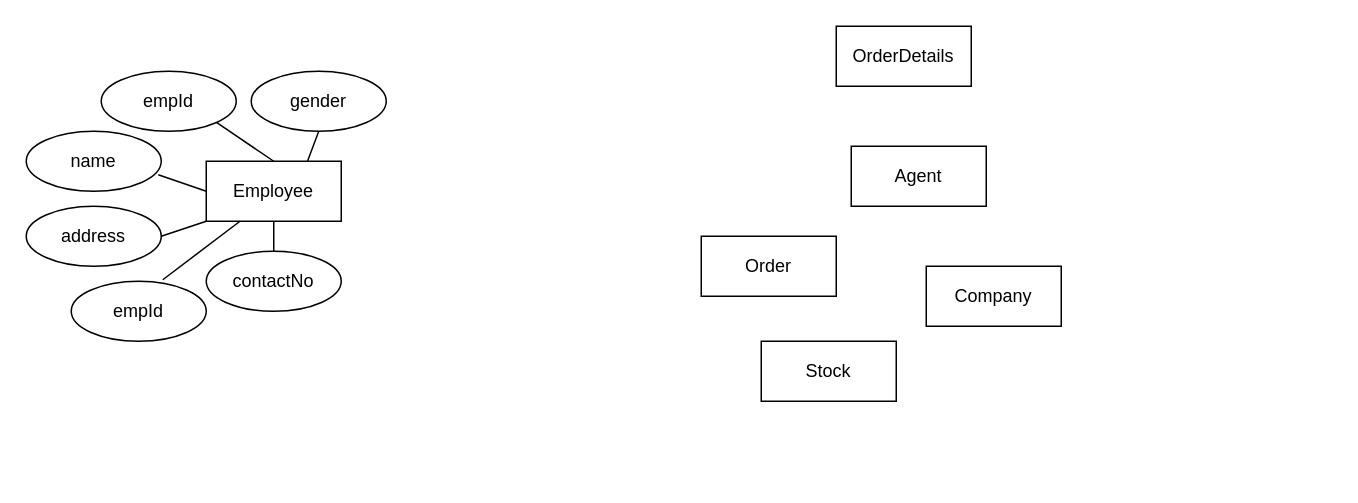
Earlier version of the draw.io diagram Untitled Diagram.drawio (nchathura/Lyfe-Pharmacy). Source tidied: cells renumbered, new cells numbered last; positions are measured from the earlier drawing's top-left corner, leaving out a move shared by most shapes. Both pictures are drawn from the tidied source at 150%, with x=0, y=0 at pixel (26, 26).
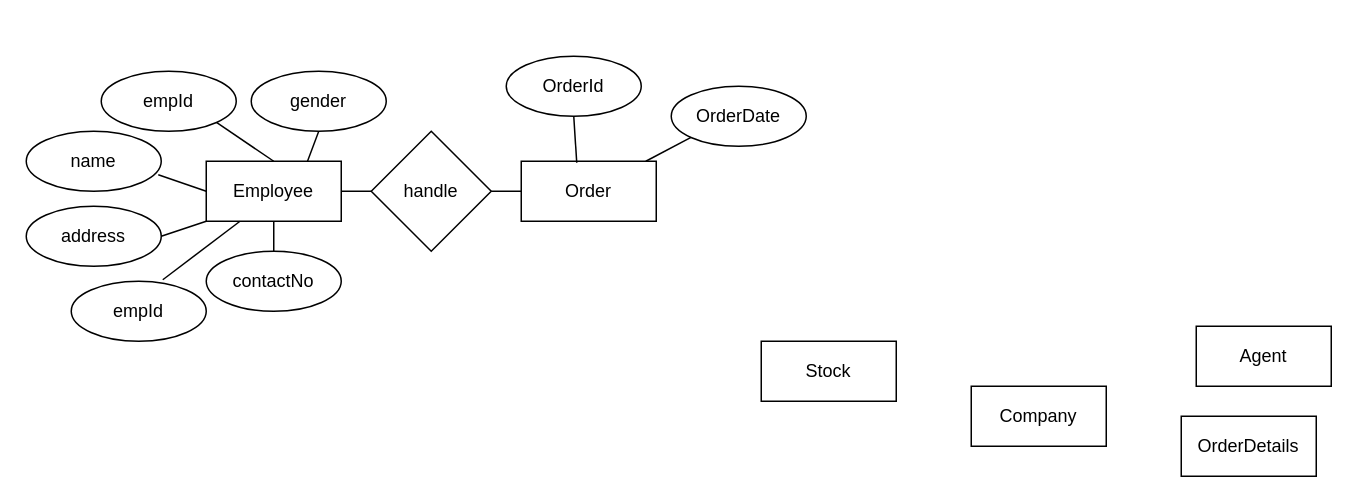
Above is the later version.

The change refers to these unchanged cells:
```xml
<mxCell id="2" value="Employee" style="rounded=0;whiteSpace=wrap;html=1;" parent="1" vertex="1">
  <mxGeometry x="120" y="90" width="90" height="40" as="geometry" />
</mxCell>
```

What changed in the source:
```diff
@@
     <mxCell id="3" value="Company" style="rounded=0;whiteSpace=wrap;html=1;" parent="1" vertex="1">
-      <mxGeometry x="600" y="160" width="90" height="40" as="geometry" />
+      <mxGeometry x="630" y="240" width="90" height="40" as="geometry" />
     </mxCell>
@@
     <mxCell id="5" value="OrderDetails" style="rounded=0;whiteSpace=wrap;html=1;" parent="1" vertex="1">
-      <mxGeometry x="540" width="90" height="40" as="geometry" />
+      <mxGeometry x="770" y="260" width="90" height="40" as="geometry" />
     </mxCell>
     <mxCell id="6" value="Agent" style="rounded=0;whiteSpace=wrap;html=1;" parent="1" vertex="1">
-      <mxGeometry x="550" y="80" width="90" height="40" as="geometry" />
+      <mxGeometry x="780" y="200" width="90" height="40" as="geometry" />
     </mxCell>
     <mxCell id="7" value="Order" style="rounded=0;whiteSpace=wrap;html=1;" parent="1" vertex="1">
-      <mxGeometry x="450" y="140" width="90" height="40" as="geometry" />
+      <mxGeometry x="330" y="90" width="90" height="40" as="geometry" />
     </mxCell>
@@
+    <mxCell id="20" value="OrderId" style="ellipse;whiteSpace=wrap;html=1;" parent="1" vertex="1">
+      <mxGeometry x="320" y="20" width="90" height="40" as="geometry" />
+    </mxCell>
+    <mxCell id="21" value="OrderDate" style="ellipse;whiteSpace=wrap;html=1;" parent="1" vertex="1">
+      <mxGeometry x="430" y="40" width="90" height="40" as="geometry" />
+    </mxCell>
+    <mxCell id="22" style="endArrow=none;html=1;exitX=0;exitY=1;exitDx=0;exitDy=0;" parent="1" edge="1" source="21" target="7">
+      <mxGeometry relative="1" as="geometry" />
+    </mxCell>
+    <mxCell id="23" style="endArrow=none;html=1;entryX=0.411;entryY=0.025;entryDx=0;entryDy=0;exitX=0.5;exitY=1;exitDx=0;exitDy=0;entryPerimeter=0;" parent="1" edge="1" source="20" target="7">
+      <mxGeometry relative="1" as="geometry" />
+    </mxCell>
+    <mxCell id="24" value="handle" style="rhombus;whiteSpace=wrap;html=1;" parent="1" vertex="1">
+      <mxGeometry x="230" y="70" width="80" height="80" as="geometry" />
+    </mxCell>
+    <mxCell id="25" style="endArrow=none;html=1;entryX=1;entryY=0.5;entryDx=0;entryDy=0;exitX=0;exitY=0.5;exitDx=0;exitDy=0;" parent="1" edge="1" source="24" target="2">
+      <mxGeometry relative="1" as="geometry" />
+    </mxCell>
+    <mxCell id="26" style="endArrow=none;html=1;entryX=1;entryY=0.5;entryDx=0;entryDy=0;exitX=0;exitY=0.5;exitDx=0;exitDy=0;" parent="1" edge="1" source="7" target="24">
+      <mxGeometry relative="1" as="geometry" />
+    </mxCell>
```
